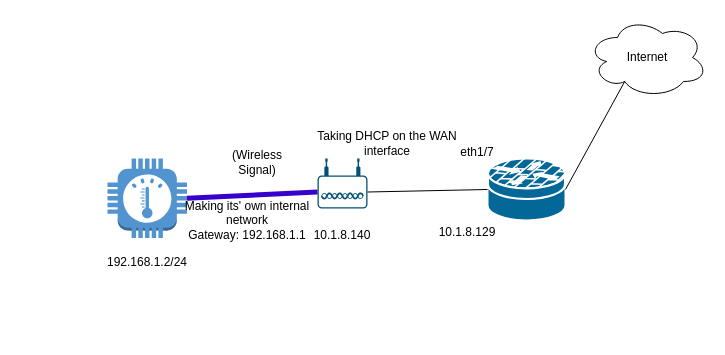
Before: thermostat.drawio in adamrt918/Diagram, a draw.io diagram. Source tidied: cells renumbered, new cells numbered last; positions are measured from the earlier drawing's top-left corner, leaving out a move shared by most shapes. Both pictures are drawn from the tidied source at 100%, with x=0, y=0 at pixel (82, 17).
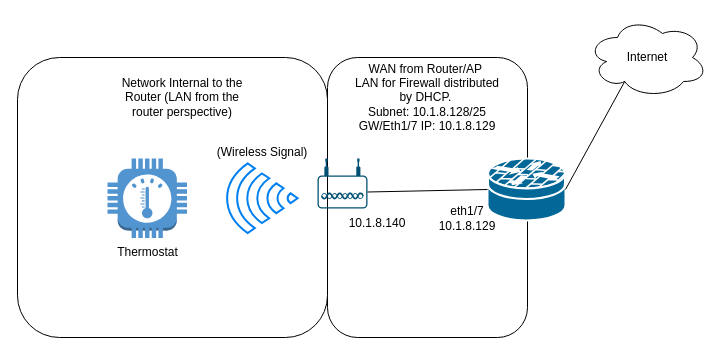
Above is the later version.

Change to the diagram source:
```diff
@@
 <mxGraphModel>
   <root>
     <mxCell id="0" />
     <mxCell id="1" parent="0" />
+    <mxCell id="16" style="rounded=1;whiteSpace=wrap;html=1;" parent="1" vertex="1">
+      <mxGeometry x="245" y="40" width="200" height="280" as="geometry" />
+    </mxCell>
+    <mxCell id="17" style="rounded=1;whiteSpace=wrap;html=1;" parent="1" vertex="1">
+      <mxGeometry x="-65" y="40" width="310" height="280" as="geometry" />
+    </mxCell>
     <mxCell id="2" style="points=[[0.03,0.36,0],[0.18,0,0],[0.5,0.34,0],[0.82,0,0],[0.97,0.36,0],[1,0.67,0],[0.975,0.975,0],[0.5,1,0],[0.025,0.975,0],[0,0.67,0]];verticalLabelPosition=bottom;sketch=0;html=1;verticalAlign=top;align=center;shape=mxgraph.cisco19.wireless_access_point;fillColor=#005073;strokeColor=none;" parent="1" vertex="1">
       <mxGeometry x="235" y="141" width="50" height="50" as="geometry" />
     </mxCell>
-    <mxCell id="3" style="outlineConnect=0;dashed=0;verticalLabelPosition=bottom;verticalAlign=top;align=center;html=1;shape=mxgraph.aws3.thermostat;fillColor=#5294CF;gradientColor=none;" parent="1" vertex="1">
+    <mxCell id="3" value="Thermostat" style="outlineConnect=0;dashed=0;verticalLabelPosition=bottom;verticalAlign=top;align=center;html=1;shape=mxgraph.aws3.thermostat;fillColor=#5294CF;gradientColor=none;" parent="1" vertex="1">
       <mxGeometry x="25" y="141" width="79.5" height="79.5" as="geometry" />
     </mxCell>
-    <mxCell id="4" style="endArrow=none;html=1;rounded=0;entryX=1;entryY=0.5;entryDx=0;entryDy=0;entryPerimeter=0;exitX=0;exitY=0.67;exitDx=0;exitDy=0;exitPerimeter=0;strokeWidth=5;fillColor=#6a00ff;strokeColor=light-dark(#3700CC,#33FF99);" parent="1" edge="1" source="2" target="3">
-      <mxGeometry relative="1" as="geometry" />
-    </mxCell>
     <mxCell id="5" style="shape=mxgraph.cisco.security.router_firewall;sketch=0;html=1;dashed=0;fillColor=#036897;strokeColor=#ffffff;strokeWidth=2;verticalLabelPosition=bottom;verticalAlign=top;align=center;outlineConnect=0;" parent="1" vertex="1">
       <mxGeometry x="405" y="141" width="78" height="62" as="geometry" />
     </mxCell>
     <mxCell id="6" style="endArrow=none;html=1;rounded=0;entryX=1;entryY=0.67;entryDx=0;entryDy=0;entryPerimeter=0;exitX=0;exitY=0.5;exitDx=0;exitDy=0;exitPerimeter=0;" parent="1" edge="1" source="5" target="2">
       <mxGeometry relative="1" as="geometry" />
     </mxCell>
     <mxCell id="7" value="Internet" style="ellipse;shape=cloud;whiteSpace=wrap;html=1;" parent="1" vertex="1">
       <mxGeometry x="505" width="120" height="80" as="geometry" />
     </mxCell>
     <mxCell id="8" style="endArrow=none;html=1;rounded=0;entryX=0.31;entryY=0.8;entryDx=0;entryDy=0;entryPerimeter=0;exitX=1;exitY=0.5;exitDx=0;exitDy=0;exitPerimeter=0;" parent="1" edge="1" source="5" target="7">
       <mxGeometry relative="1" as="geometry" />
     </mxCell>
     <mxCell id="9" value="10.1.8.140" style="text;html=1;align=center;verticalAlign=middle;whiteSpace=wrap;rounded=0;" parent="1" vertex="1">
-      <mxGeometry x="230" y="203" width="60" height="30" as="geometry" />
+      <mxGeometry x="265" y="190.5" width="60" height="30" as="geometry" />
     </mxCell>
-    <mxCell id="10" value="10.1.8.129" style="text;html=1;align=center;verticalAlign=middle;whiteSpace=wrap;rounded=0;" parent="1" vertex="1">
-      <mxGeometry x="355" y="200" width="60" height="30" as="geometry" />
-    </mxCell>
-    <mxCell id="11" value="eth1/7" style="text;html=1;align=center;verticalAlign=middle;whiteSpace=wrap;rounded=0;" parent="1" vertex="1">
-      <mxGeometry x="365" y="120" width="60" height="30" as="geometry" />
+    <mxCell id="11" value="eth1/7&lt;div&gt;10.1.8.129&lt;/div&gt;" style="text;html=1;align=center;verticalAlign=middle;whiteSpace=wrap;rounded=0;" parent="1" vertex="1">
+      <mxGeometry x="355" y="186" width="60" height="30" as="geometry" />
     </mxCell>
     <mxCell id="12" value="(Wireless Signal)" style="text;html=1;align=center;verticalAlign=middle;whiteSpace=wrap;rounded=0;" parent="1" vertex="1">
-      <mxGeometry x="145" y="130" width="60" height="30" as="geometry" />
+      <mxGeometry x="125" y="120" width="110" height="30" as="geometry" />
     </mxCell>
-    <mxCell id="13" value="192.168.1.2/24" style="text;html=1;align=center;verticalAlign=middle;whiteSpace=wrap;rounded=0;" parent="1" vertex="1">
-      <mxGeometry x="-0.4" y="230" width="130.2" height="30" as="geometry" />
+    <mxCell id="13" value="Network Internal to the Router (LAN from the router perspective)" style="text;html=1;align=center;verticalAlign=middle;whiteSpace=wrap;rounded=0;" parent="1" vertex="1">
+      <mxGeometry x="35" y="50" width="130.2" height="60" as="geometry" />
     </mxCell>
-    <mxCell id="14" value="Taking DHCP on the WAN interface" style="text;html=1;align=center;verticalAlign=middle;whiteSpace=wrap;rounded=0;" parent="1" vertex="1">
-      <mxGeometry x="230" y="111" width="150" height="30" as="geometry" />
+    <mxCell id="14" value="WAN from Router/AP&amp;nbsp;&lt;div&gt;LAN for Firewall distributed by DHCP.&amp;nbsp;&lt;div&gt;Subnet: 10.1.8.128/25&lt;/div&gt;&lt;div&gt;GW/Eth1/7 IP: 10.1.8.129&lt;/div&gt;&lt;/div&gt;" style="text;html=1;align=center;verticalAlign=middle;whiteSpace=wrap;rounded=0;" parent="1" vertex="1">
+      <mxGeometry x="270" y="40" width="150" height="80" as="geometry" />
     </mxCell>
-    <mxCell id="15" value="Making its' own internal network&lt;br&gt;Gateway: 192.168.1.1" style="text;html=1;align=center;verticalAlign=middle;whiteSpace=wrap;rounded=0;" parent="1" vertex="1">
-      <mxGeometry x="85" y="173" width="160" height="60" as="geometry" />
-    </mxCell>
+    <mxCell id="18" style="html=1;verticalLabelPosition=bottom;align=center;labelBackgroundColor=#ffffff;verticalAlign=top;strokeWidth=2;strokeColor=#0080F0;shadow=0;dashed=0;shape=mxgraph.ios7.icons.wifi;rotation=-90;" parent="1" vertex="1">
+      <mxGeometry x="145" y="145.5" width="69.7" height="70.5" as="geometry" />
+    </mxCell>
   </root>
 </mxGraphModel>
```
